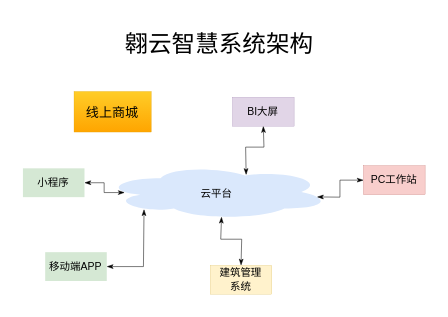
This is 翱云系统架构.drawio from JohnNash23/test, a draw.io file, before an edit. Source tidied: cells renumbered, new cells numbered last; positions are measured from the earlier drawing's top-left corner, leaving out a move shared by most shapes. Both pictures are drawn from the tidied source at 131%, with x=0, y=0 at pixel (22, 22).
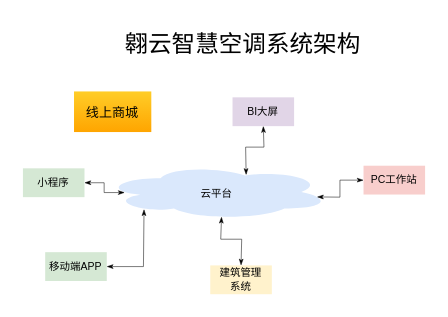
The same diagram, later.

Commit message:
更新翱云系统架构.drawio

What changed in the source:
```diff
@@
-    <mxCell id="3" value="&lt;div&gt;建筑管理&lt;/div&gt;&lt;div&gt;系统&lt;/div&gt;" style="rounded=0;whiteSpace=wrap;html=1;strokeWidth=0.2;fontSize=8;fillColor=#fff2cc;strokeColor=#d6b656;" parent="1" vertex="1">
+    <mxCell id="3" value="&lt;div&gt;建筑管理&lt;/div&gt;&lt;div&gt;系统&lt;/div&gt;" style="rounded=0;whiteSpace=wrap;html=1;strokeWidth=0.2;fontSize=8;fillColor=#fff2cc;strokeColor=none;" parent="1" vertex="1">
       <mxGeometry x="143" y="185.1" width="47" height="22" as="geometry" />
     </mxCell>
-    <mxCell id="4" value="PC工作站" style="rounded=0;whiteSpace=wrap;html=1;strokeWidth=0.2;fontSize=8;fillColor=#f8cecc;strokeColor=#b85450;" parent="1" vertex="1">
+    <mxCell id="4" value="PC工作站" style="rounded=0;whiteSpace=wrap;html=1;strokeWidth=0.2;fontSize=8;fillColor=#f8cecc;strokeColor=none;" parent="1" vertex="1">
       <mxGeometry x="260" y="109" width="47" height="22" as="geometry" />
     </mxCell>
-    <mxCell id="5" value="BI大屏" style="rounded=0;whiteSpace=wrap;html=1;strokeWidth=0.2;fontSize=8;fillColor=#e1d5e7;strokeColor=#9673a6;" parent="1" vertex="1">
+    <mxCell id="5" value="BI大屏" style="rounded=0;whiteSpace=wrap;html=1;strokeWidth=0.2;fontSize=8;fillColor=#e1d5e7;strokeColor=none;" parent="1" vertex="1">
       <mxGeometry x="160" y="56.8" width="47" height="22" as="geometry" />
     </mxCell>
-    <mxCell id="6" value="&lt;div&gt;&lt;font style=&quot;font-size: 18px&quot;&gt;翱云智慧系统架构&lt;/font&gt;&lt;/div&gt;" style="text;whiteSpace=wrap;html=1;" parent="1" vertex="1">
-      <mxGeometry x="76" width="173" height="20" as="geometry" />
+    <mxCell id="6" value="&lt;div&gt;&lt;font style=&quot;font-size: 18px&quot;&gt;翱云智慧空调系统架构&lt;/font&gt;&lt;/div&gt;" style="text;whiteSpace=wrap;html=1;" parent="1" vertex="1">
+      <mxGeometry x="76" width="204" height="20" as="geometry" />
     </mxCell>
@@
-    <mxCell id="14" value="&lt;font style=&quot;font-size: 10px&quot;&gt;线上商城&lt;/font&gt;" style="rounded=0;whiteSpace=wrap;html=1;strokeWidth=0.2;fontSize=8;fillColor=#ffcd28;strokeColor=#d79b00;gradientColor=#ffa500;" parent="1" vertex="1">
+    <mxCell id="14" value="&lt;font style=&quot;font-size: 10px&quot;&gt;线上商城&lt;/font&gt;" style="rounded=0;whiteSpace=wrap;html=1;strokeWidth=0.2;fontSize=8;fillColor=#ffcd28;strokeColor=none;gradientColor=#ffa500;" parent="1" vertex="1">
       <mxGeometry x="39" y="52.3" width="59" height="31" as="geometry" />
     </mxCell>
```
